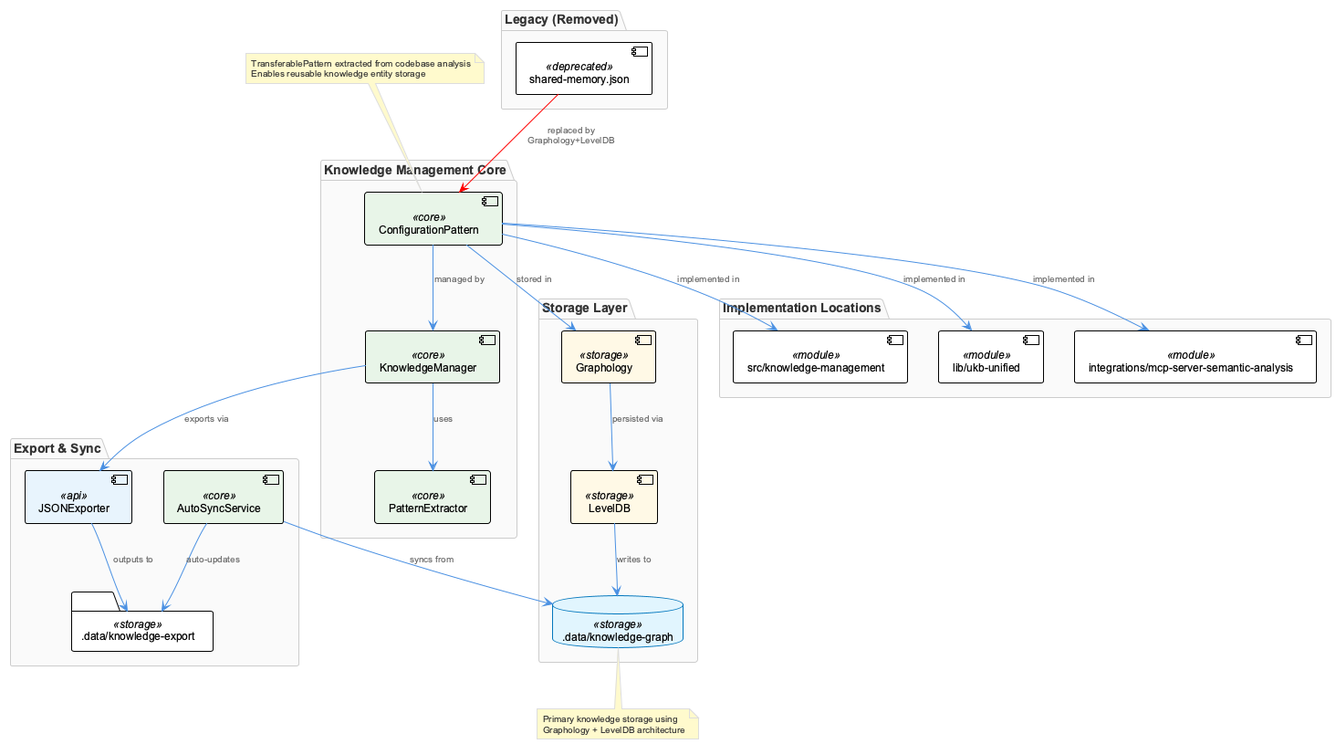
Before: knowledge-management/insights/images/configuration-pattern-architecture.png, a diagram exported from PlantUML (fwornle/coding).
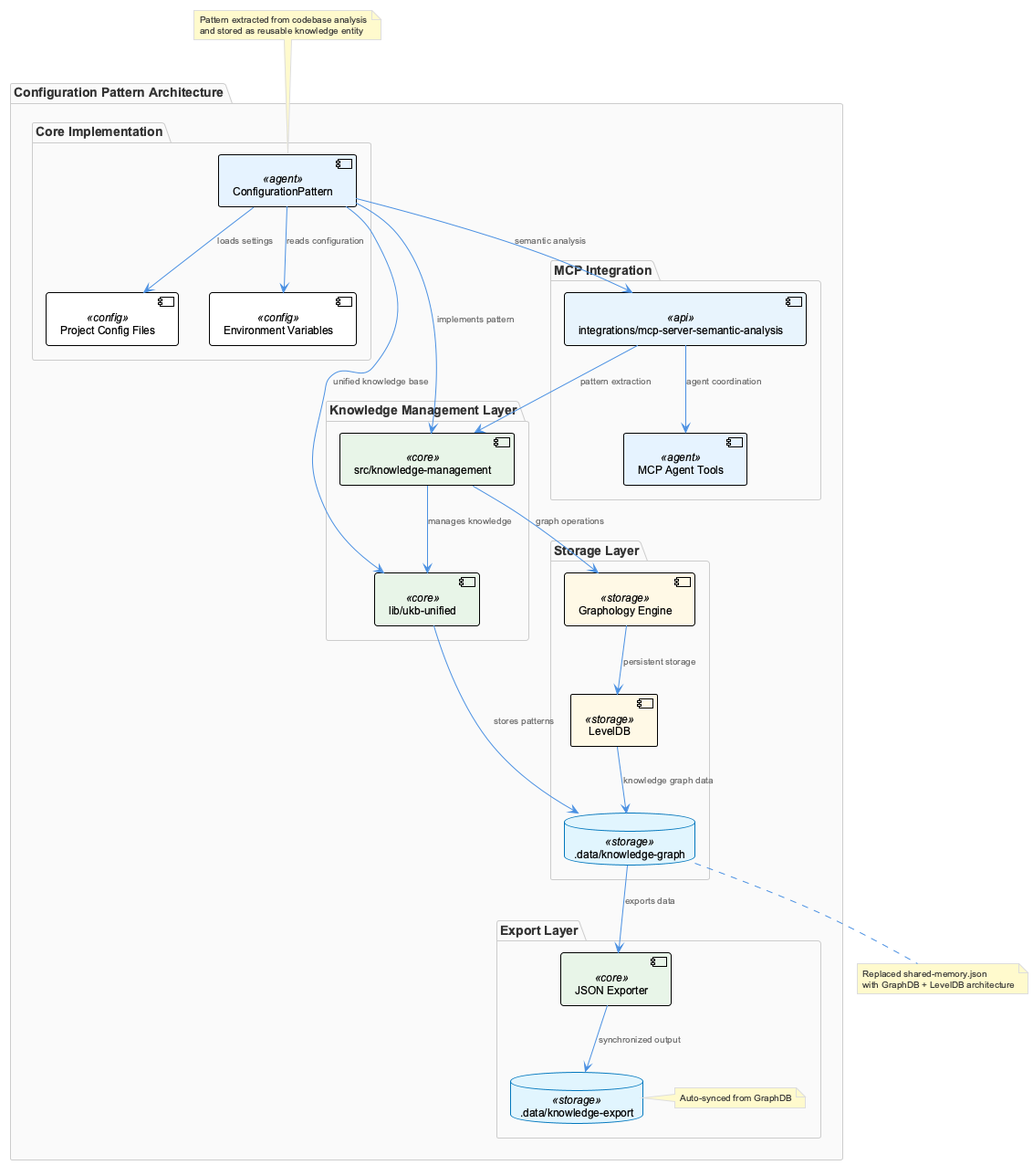
After the change.

The edit, as a diff of the source:
```diff
@@ -1,59 +1,59 @@
 @startuml
 !include /Users/q284340/Agentic/coding/docs/puml/_standard-style.puml
 
-package "Knowledge Management Core" {
-  component [ConfigurationPattern] <<core>> as CP
-  component [KnowledgeManager] <<core>> as KM
-  component [PatternExtractor] <<core>> as PE
+package "Configuration Pattern Architecture" {
+
+    package "Core Implementation" {
+        component [ConfigurationPattern] <<agent>> as cp
+        component [Environment Variables] <<config>> as env
+        component [Project Config Files] <<config>> as projconfig
+    }
+
+    package "Knowledge Management Layer" {
+        component [src/knowledge-management] <<core>> as km
+        component [lib/ukb-unified] <<core>> as ukb
+    }
+
+    package "MCP Integration" {
+        component [integrations/mcp-server-semantic-analysis] <<api>> as mcpserver
+        component [MCP Agent Tools] <<agent>> as mcptools
+    }
+
+    package "Storage Layer" {
+        component [Graphology Engine] <<storage>> as graphology
+        component [LevelDB] <<storage>> as leveldb
+        database ".data/knowledge-graph" <<storage>> as kgdb
+    }
+
+    package "Export Layer" {
+        component [JSON Exporter] <<core>> as jsonexp
+        database ".data/knowledge-export" <<storage>> as exportdb
+        note right of exportdb : Auto-synced from GraphDB
+    }
 }
 
-package "Storage Layer" {
-  component [Graphology] <<storage>> as GR
-  component [LevelDB] <<storage>> as LDB
-  database ".data/knowledge-graph" <<storage>> as KGD
-}
+cp --> env : reads configuration
+cp --> projconfig : loads settings
 
-package "Export & Sync" {
-  component [JSONExporter] <<api>> as JE
-  folder ".data/knowledge-export" <<storage>> as KED
-  component [AutoSyncService] <<core>> as ASS
-}
+cp --> km : implements pattern
+cp --> ukb : unified knowledge base
+km --> ukb : manages knowledge
 
-package "Implementation Locations" {
-  component [src/knowledge-management] <<module>> as SKM
-  component [lib/ukb-unified] <<module>> as LUU
-  component [integrations/mcp-server-semantic-analysis] <<module>> as MCP
-}
+cp --> mcpserver : semantic analysis
+mcpserver --> mcptools : agent coordination
 
-package "Legacy (Removed)" {
-  component [shared-memory.json] <<deprecated>> as SMJ
-}
+km --> graphology : graph operations
+graphology --> leveldb : persistent storage
+leveldb --> kgdb : knowledge graph data
 
-CP --> KM : "managed by"
-KM --> PE : "uses"
-CP --> GR : "stored in"
-GR --> LDB : "persisted via"
-LDB --> KGD : "writes to"
+kgdb --> jsonexp : exports data
+jsonexp --> exportdb : synchronized output
 
-KM --> JE : "exports via"
-JE --> KED : "outputs to"
-ASS --> KGD : "syncs from"
-ASS --> KED : "auto-updates"
+mcpserver --> km : pattern extraction
+ukb --> kgdb : stores patterns
 
-CP --> SKM : "implemented in"
-CP --> LUU : "implemented in"
-CP --> MCP : "implemented in"
+note top of cp : Pattern extracted from codebase analysis\nand stored as reusable knowledge entity
 
-SMJ -[#red]-> CP : "replaced by\nGraphology+LevelDB"
-
-note top of CP
-  TransferablePattern extracted from codebase analysis
-  Enables reusable knowledge entity storage
-end note
-
-note bottom of KGD
-  Primary knowledge storage using
-  Graphology + LevelDB architecture
-end note
+note bottom of kgdb : Replaced shared-memory.json\nwith GraphDB + LevelDB architecture
 
 @enduml
```
